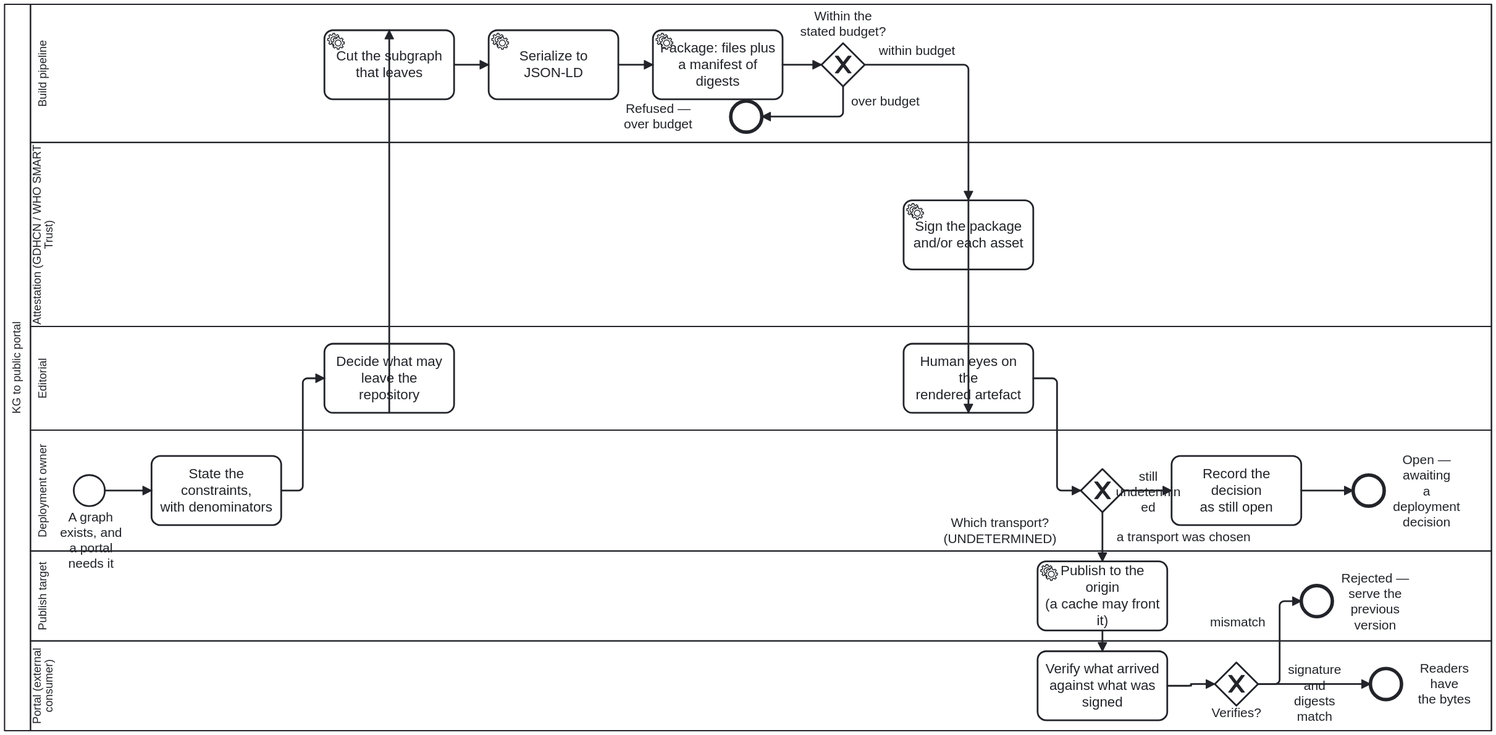
The BPMN diagram docs/assets/img/workflows/kg-to-portal.svg in litlfred/cat-harness, before a commit. Its source is kept beside it as processes/kg/kg-to-portal.bpmn. Ids are renumbered.
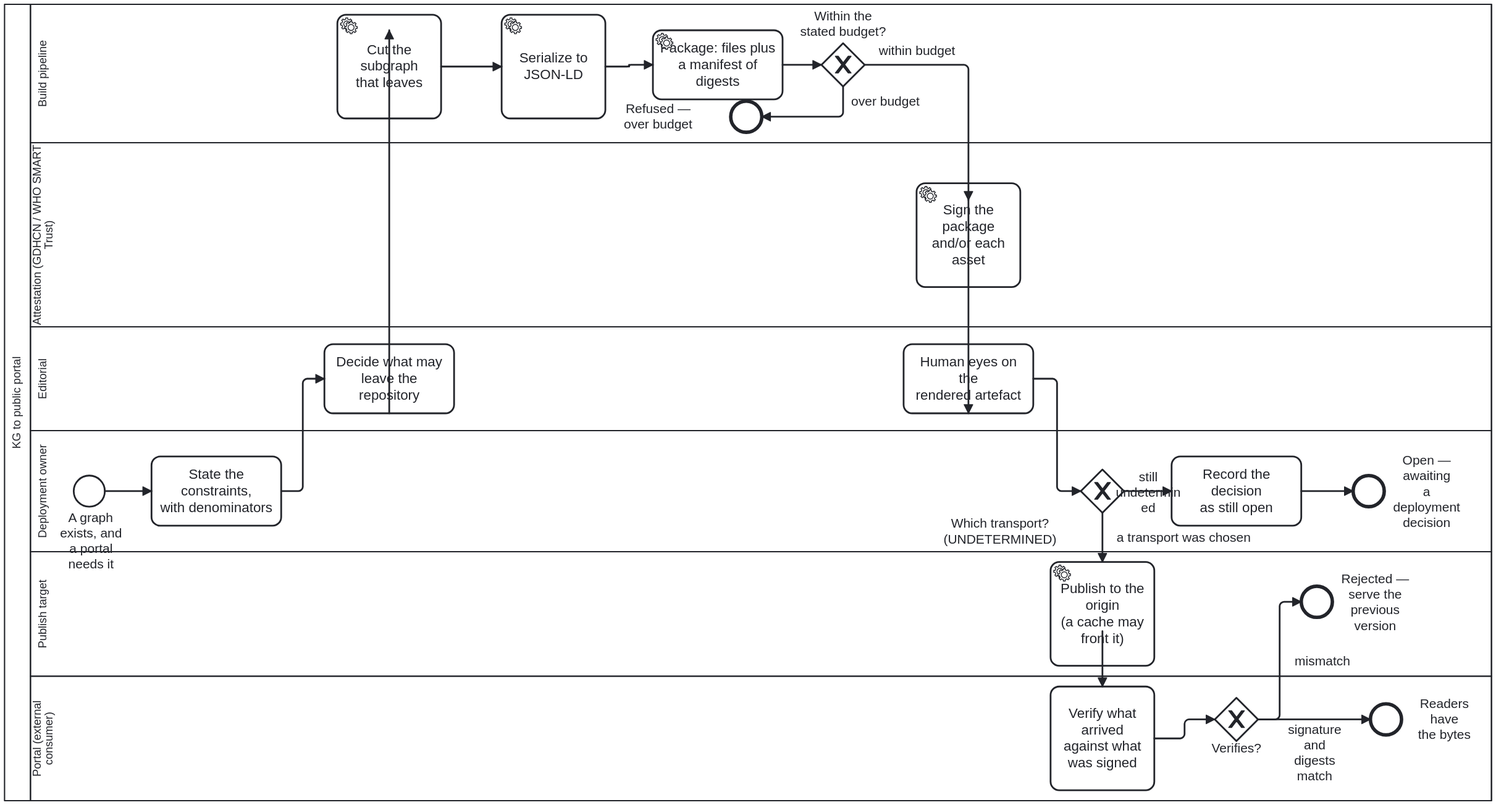
After the commit.

Change to the diagram source:
```diff
@@ -244,37 +244,37 @@
   </bpmn:process>
   <bpmndi:BPMNDiagram id="BPMNDiagram_KgToPortal">
     <bpmndi:BPMNPlane id="BPMNPlane_KgToPortal" bpmnElement="Collaboration_KgToPortal">
-      <bpmndi:BPMNShape id="Participant_KgToPortal_di" bpmnElement="Participant_KgToPortal" isHorizontal="true"><dc:Bounds x="120" y="60" width="1720" height="841" /></bpmndi:BPMNShape>
+      <bpmndi:BPMNShape id="Participant_KgToPortal_di" bpmnElement="Participant_KgToPortal" isHorizontal="true"><dc:Bounds x="120" y="60" width="1720" height="921" /></bpmndi:BPMNShape>
       <bpmndi:BPMNShape id="Lane_Editorial_di" bpmnElement="Lane_Editorial" isHorizontal="true"><dc:Bounds x="150" y="433" width="1690" height="120" /></bpmndi:BPMNShape>
       <bpmndi:BPMNShape id="Lane_Deployment_di" bpmnElement="Lane_Deployment" isHorizontal="true"><dc:Bounds x="150" y="553" width="1690" height="140" /></bpmndi:BPMNShape>
       <bpmndi:BPMNShape id="Lane_Pipeline_di" bpmnElement="Lane_Pipeline" isHorizontal="true"><dc:Bounds x="150" y="60" width="1690" height="160" /></bpmndi:BPMNShape>
       <bpmndi:BPMNShape id="Lane_Attestation_di" bpmnElement="Lane_Attestation" isHorizontal="true"><dc:Bounds x="150" y="220" width="1690" height="213" /></bpmndi:BPMNShape>
-      <bpmndi:BPMNShape id="Lane_Target_di" bpmnElement="Lane_Target" isHorizontal="true"><dc:Bounds x="150" y="693" width="1690" height="104" /></bpmndi:BPMNShape>
-      <bpmndi:BPMNShape id="Lane_Portal_di" bpmnElement="Lane_Portal" isHorizontal="true"><dc:Bounds x="150" y="797" width="1690" height="104" /></bpmndi:BPMNShape>
+      <bpmndi:BPMNShape id="Lane_Target_di" bpmnElement="Lane_Target" isHorizontal="true"><dc:Bounds x="150" y="693" width="1690" height="144" /></bpmndi:BPMNShape>
+      <bpmndi:BPMNShape id="Lane_Portal_di" bpmnElement="Lane_Portal" isHorizontal="true"><dc:Bounds x="150" y="837" width="1690" height="144" /></bpmndi:BPMNShape>
       <bpmndi:BPMNShape id="Start_Graph_di" bpmnElement="Start_Graph"><dc:Bounds x="200" y="605" width="36" height="36" /><bpmndi:BPMNLabel><dc:Bounds x="180" y="645" width="80" height="27" /></bpmndi:BPMNLabel></bpmndi:BPMNShape>
       <bpmndi:BPMNShape id="D_Constraints_di" bpmnElement="D_Constraints"><dc:Bounds x="290" y="583" width="150" height="80" /></bpmndi:BPMNShape>
       <bpmndi:BPMNShape id="E_Scope_di" bpmnElement="E_Scope"><dc:Bounds x="490" y="453" width="150" height="80" /></bpmndi:BPMNShape>
-      <bpmndi:BPMNShape id="A_Select_di" bpmnElement="A_Select"><dc:Bounds x="490" y="90" width="150" height="80" /></bpmndi:BPMNShape>
-      <bpmndi:BPMNShape id="A_Serialize_di" bpmnElement="A_Serialize"><dc:Bounds x="680" y="90" width="150" height="80" /></bpmndi:BPMNShape>
+      <bpmndi:BPMNShape id="A_Select_di" bpmnElement="A_Select"><dc:Bounds x="505" y="72" width="120" height="120" /></bpmndi:BPMNShape>
+      <bpmndi:BPMNShape id="A_Serialize_di" bpmnElement="A_Serialize"><dc:Bounds x="695" y="72" width="120" height="120" /></bpmndi:BPMNShape>
       <bpmndi:BPMNShape id="A_Package_di" bpmnElement="A_Package"><dc:Bounds x="870" y="90" width="150" height="80" /></bpmndi:BPMNShape>
       <bpmndi:BPMNShape id="GW_Budget_di" bpmnElement="GW_Budget" isMarkerVisible="true"><dc:Bounds x="1065" y="105" width="50" height="50" /><bpmndi:BPMNLabel><dc:Bounds x="1030" y="65" width="120" height="36" /></bpmndi:BPMNLabel></bpmndi:BPMNShape>
       <bpmndi:BPMNShape id="End_OverBudget_di" bpmnElement="End_OverBudget"><dc:Bounds x="960" y="172" width="36" height="36" /><bpmndi:BPMNLabel><dc:Bounds x="796" y="172" width="160" height="36" /></bpmndi:BPMNLabel></bpmndi:BPMNShape>
-      <bpmndi:BPMNShape id="S_Sign_di" bpmnElement="S_Sign"><dc:Bounds x="1160" y="286.5" width="150" height="80" /></bpmndi:BPMNShape>
+      <bpmndi:BPMNShape id="S_Sign_di" bpmnElement="S_Sign"><dc:Bounds x="1175" y="266.5" width="120" height="120" /></bpmndi:BPMNShape>
       <bpmndi:BPMNShape id="E_HumanEyes_di" bpmnElement="E_HumanEyes"><dc:Bounds x="1160" y="453" width="150" height="80" /></bpmndi:BPMNShape>
       <bpmndi:BPMNShape id="GW_Transport_di" bpmnElement="GW_Transport" isMarkerVisible="true"><dc:Bounds x="1365" y="598" width="50" height="50" /><bpmndi:BPMNLabel><dc:Bounds x="1181" y="652" width="180" height="36" /></bpmndi:BPMNLabel></bpmndi:BPMNShape>
       <bpmndi:BPMNShape id="D_Undetermined_di" bpmnElement="D_Undetermined"><dc:Bounds x="1470" y="583" width="150" height="80" /></bpmndi:BPMNShape>
       <bpmndi:BPMNShape id="End_Blocked_di" bpmnElement="End_Blocked"><dc:Bounds x="1680" y="605" width="36" height="36" />
-        <bpmndi:BPMNLabel><dc:Bounds x="1720" y="578.5" width="90" height="89" /></bpmndi:BPMNLabel>
-      </bpmndi:BPMNShape>
-      <bpmndi:BPMNShape id="A_Distribute_di" bpmnElement="A_Distribute"><dc:Bounds x="1315" y="705" width="150" height="80" /></bpmndi:BPMNShape>
-      <bpmndi:BPMNShape id="P_Verify_di" bpmnElement="P_Verify"><dc:Bounds x="1315" y="809" width="150" height="80" /></bpmndi:BPMNShape>
-      <bpmndi:BPMNShape id="GW_Verified_di" bpmnElement="GW_Verified" isMarkerVisible="true"><dc:Bounds x="1520" y="822" width="50" height="50" /></bpmndi:BPMNShape>
-      <bpmndi:BPMNShape id="End_Served_di" bpmnElement="End_Served"><dc:Bounds x="1700" y="829" width="36" height="36" />
-        <bpmndi:BPMNLabel><dc:Bounds x="1740" y="820" width="90" height="54" /></bpmndi:BPMNLabel>
-      </bpmndi:BPMNShape>
+
+      <bpmndi:BPMNLabel><dc:Bounds x="1720" y="578.5" width="90" height="89" /></bpmndi:BPMNLabel></bpmndi:BPMNShape>
+      <bpmndi:BPMNShape id="A_Distribute_di" bpmnElement="A_Distribute"><dc:Bounds x="1330" y="705" width="120" height="120" /></bpmndi:BPMNShape>
+      <bpmndi:BPMNShape id="P_Verify_di" bpmnElement="P_Verify"><dc:Bounds x="1330" y="849" width="120" height="120" /></bpmndi:BPMNShape>
+      <bpmndi:BPMNShape id="GW_Verified_di" bpmnElement="GW_Verified" isMarkerVisible="true"><dc:Bounds x="1520" y="862" width="50" height="50" /></bpmndi:BPMNShape>
+      <bpmndi:BPMNShape id="End_Served_di" bpmnElement="End_Served"><dc:Bounds x="1700" y="869" width="36" height="36" />
+
+      <bpmndi:BPMNLabel><dc:Bounds x="1740" y="860" width="90" height="54" /></bpmndi:BPMNLabel></bpmndi:BPMNShape>
       <bpmndi:BPMNShape id="End_Rejected_di" bpmnElement="End_Rejected"><dc:Bounds x="1620" y="733" width="36" height="36" />
-        <bpmndi:BPMNLabel><dc:Bounds x="1660" y="715.5" width="90" height="71" /></bpmndi:BPMNLabel>
-      </bpmndi:BPMNShape>
+
+      <bpmndi:BPMNLabel><dc:Bounds x="1660" y="715.5" width="90" height="71" /></bpmndi:BPMNLabel></bpmndi:BPMNShape>
       <bpmndi:BPMNEdge id="F1_di" bpmnElement="F1">
         <di:waypoint x="236" y="623" />
         <di:waypoint x="290" y="623" />
@@ -289,8 +289,16 @@
         <di:waypoint x="565" y="533" />
         <di:waypoint x="565" y="90" />
       </bpmndi:BPMNEdge>
-      <bpmndi:BPMNEdge id="F4_di" bpmnElement="F4"><di:waypoint x="640" y="130" /><di:waypoint x="680" y="130" /></bpmndi:BPMNEdge>
-      <bpmndi:BPMNEdge id="F5_di" bpmnElement="F5"><di:waypoint x="830" y="130" /><di:waypoint x="870" y="130" /></bpmndi:BPMNEdge>
+      <bpmndi:BPMNEdge id="F4_di" bpmnElement="F4">
+        <di:waypoint x="625" y="132" />
+        <di:waypoint x="695" y="132" />
+      </bpmndi:BPMNEdge>
+      <bpmndi:BPMNEdge id="F5_di" bpmnElement="F5">
+        <di:waypoint x="815" y="132" />
+        <di:waypoint x="842.5" y="132" />
+        <di:waypoint x="842.5" y="130" />
+        <di:waypoint x="870" y="130" />
+      </bpmndi:BPMNEdge>
       <bpmndi:BPMNEdge id="F6_di" bpmnElement="F6"><di:waypoint x="1020" y="130" /><di:waypoint x="1065" y="130" /></bpmndi:BPMNEdge>
       <bpmndi:BPMNEdge id="F7_di" bpmnElement="F7">
         <di:waypoint x="1115" y="130" />
@@ -325,24 +333,25 @@
       </bpmndi:BPMNEdge>
       <bpmndi:BPMNEdge id="F14_di" bpmnElement="F14">
         <di:waypoint x="1390" y="785" />
-        <di:waypoint x="1390" y="809" />
+        <di:waypoint x="1390" y="849" />
       </bpmndi:BPMNEdge>
       <bpmndi:BPMNEdge id="F15_di" bpmnElement="F15">
-        <di:waypoint x="1465" y="849" />
-        <di:waypoint x="1492.5" y="849" />
-        <di:waypoint x="1492.5" y="847" />
-        <di:waypoint x="1520" y="847" />
+        <di:waypoint x="1450" y="909" />
+        <di:waypoint x="1485" y="909" />
+        <di:waypoint x="1485" y="887" />
+        <di:waypoint x="1520" y="887" />
       </bpmndi:BPMNEdge>
       <bpmndi:BPMNEdge id="F16_di" bpmnElement="F16">
-        <di:waypoint x="1570" y="847" />
-        <di:waypoint x="1700" y="847" />
+        <di:waypoint x="1570" y="887" />
+        <di:waypoint x="1700" y="887" />
+        <bpmndi:BPMNLabel><dc:Bounds x="1590" y="890" width="90" height="71" /></bpmndi:BPMNLabel>
       </bpmndi:BPMNEdge>
       <bpmndi:BPMNEdge id="F17_di" bpmnElement="F17">
-        <di:waypoint x="1570" y="847" />
-        <di:waypoint x="1595" y="847" />
+        <di:waypoint x="1570" y="887" />
+        <di:waypoint x="1595" y="887" />
         <di:waypoint x="1595" y="751" />
         <di:waypoint x="1620" y="751" />
-        <bpmndi:BPMNLabel><dc:Bounds x="1501" y="766.5" width="90" height="17" /></bpmndi:BPMNLabel>
+        <bpmndi:BPMNLabel><dc:Bounds x="1599" y="810.5" width="90" height="17" /></bpmndi:BPMNLabel>
       </bpmndi:BPMNEdge>
     </bpmndi:BPMNPlane>
   </bpmndi:BPMNDiagram>
```
